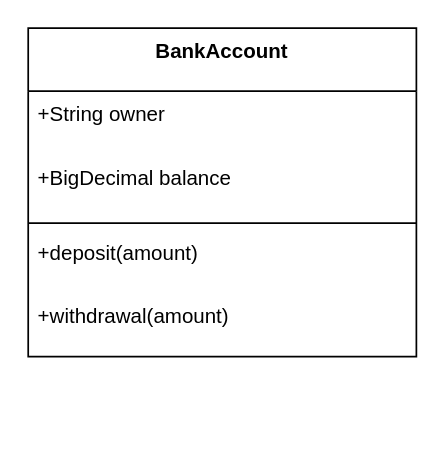
Before: Untitled Diagram.drawio in kvillacarillo/Draw-IO-Sample-Repository, a draw.io diagram. Source tidied: cells renumbered, new cells numbered last; positions are measured from the earlier drawing's top-left corner, leaving out a move shared by most shapes. Both pictures are drawn from the tidied source at 171%, with x=0, y=0 at pixel (27, 27).
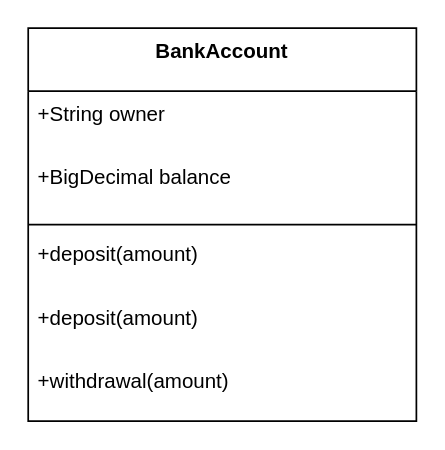
The same page after the edit.

The edit, as a diff of the source:
```diff
@@
 <mxGraphModel>
   <root>
     <mxCell id="0" />
     <mxCell id="1" parent="0" />
     <mxCell id="2" value="BankAccount" style="swimlane;fontStyle=1;align=center;verticalAlign=top;horizontal=1;startSize=36.8;" parent="1" vertex="1">
-      <mxGeometry width="227" height="192" as="geometry" />
+      <mxGeometry width="227" height="229.8" as="geometry" />
     </mxCell>
     <mxCell id="3" value="+String owner" style="text;strokeColor=none;fillColor=none;align=left;verticalAlign=top;spacingLeft=4;spacingRight=4;overflow=hidden;" parent="2" vertex="1">
-      <mxGeometry y="37" width="227" height="37" as="geometry" />
+      <mxGeometry y="36.8" width="227" height="37" as="geometry" />
     </mxCell>
     <mxCell id="4" value="+BigDecimal balance" style="text;strokeColor=none;fillColor=none;align=left;verticalAlign=top;spacingLeft=4;spacingRight=4;overflow=hidden;" parent="2" vertex="1">
-      <mxGeometry y="74" width="227" height="37" as="geometry" />
+      <mxGeometry y="73.8" width="227" height="37" as="geometry" />
     </mxCell>
     <mxCell id="5" style="line;strokeWidth=1;fillColor=none;align=left;verticalAlign=middle;spacingTop=-1;spacingLeft=3;spacingRight=3;labelPosition=right;strokeColor=inherit;" parent="2" vertex="1">
-      <mxGeometry y="110" width="227" height="8" as="geometry" />
+      <mxGeometry y="110.8" width="227" height="8" as="geometry" />
     </mxCell>
     <mxCell id="6" value="+deposit(amount)" style="text;strokeColor=none;fillColor=none;align=left;verticalAlign=top;spacingLeft=4;spacingRight=4;overflow=hidden;" parent="2" vertex="1">
-      <mxGeometry y="118" width="227" height="37" as="geometry" />
+      <mxGeometry y="118.8" width="227" height="37" as="geometry" />
     </mxCell>
+    <mxCell id="8" value="+deposit(amount)" style="text;strokeColor=none;fillColor=none;align=left;verticalAlign=top;spacingLeft=4;spacingRight=4;overflow=hidden;" parent="2" vertex="1">
+      <mxGeometry y="155.8" width="227" height="37" as="geometry" />
+    </mxCell>
     <mxCell id="7" value="+withdrawal(amount)" style="text;strokeColor=none;fillColor=none;align=left;verticalAlign=top;spacingLeft=4;spacingRight=4;overflow=hidden;" parent="2" vertex="1">
-      <mxGeometry y="155" width="227" height="37" as="geometry" />
+      <mxGeometry y="192.8" width="227" height="37" as="geometry" />
     </mxCell>
   </root>
 </mxGraphModel>
```
